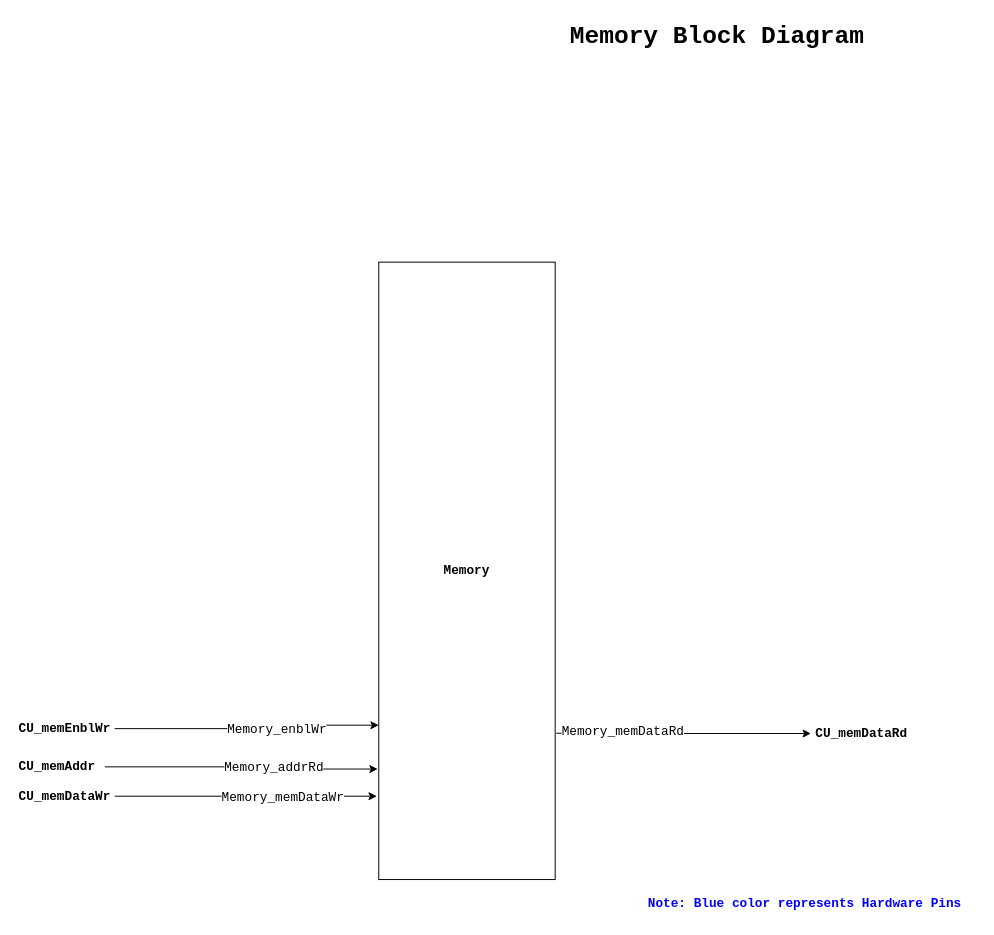
Above: page "Memory" (4 of 9) of 04_ControlUnit_v1/CPU_Design.drawio in Vichu95/Basic_CPU_FPGA (draw.io), before the change. Source tidied: cells renumbered, new cells numbered last; positions are measured from the earlier drawing's top-left corner, leaving out a move shared by most shapes. Both pictures are drawn from the tidied source at 98%, with x=0, y=0 at pixel (17, 17).
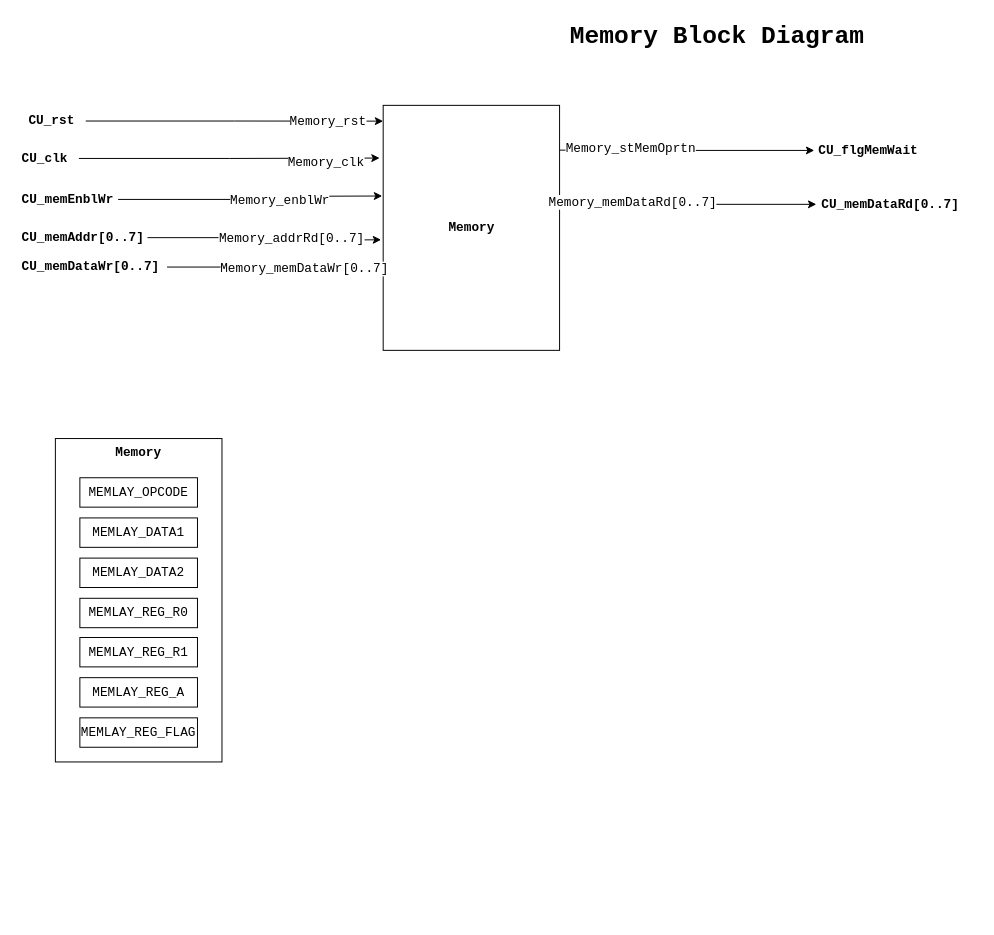
The same diagram, later.

Commit message (it also covers changes not shown here):
Added memory signals to the block diagram. 8bit address and data

Change to the diagram source:
```diff
@@
     <mxCell id="2" value="&lt;b&gt;&lt;font style=&quot;font-size: 13px;&quot;&gt;Memory&lt;/font&gt;&lt;/b&gt;" style="rounded=0;whiteSpace=wrap;html=1;fontFamily=Courier New;fontSize=11;" parent="1" vertex="1">
-      <mxGeometry x="369" y="250" width="180" height="630" as="geometry" />
+      <mxGeometry x="373.5" y="90" width="180" height="250" as="geometry" />
     </mxCell>
@@
-    <mxCell id="4" value="Note: Blue color represents Hardware Pins" style="text;html=1;align=left;verticalAlign=middle;strokeColor=none;fillColor=none;fontStyle=1;labelBackgroundColor=none;fontColor=#0000FF;fontSize=13;fontFamily=Courier New;spacingLeft=3;" parent="1" vertex="1">
-      <mxGeometry x="639" y="890" width="340" height="30" as="geometry" />
-    </mxCell>
-    <mxCell id="5" style="edgeStyle=orthogonalEdgeStyle;rounded=0;jettySize=auto;html=1;entryX=0;entryY=0.75;entryDx=0;entryDy=0;fontFamily=Courier New;fontSize=13;fontColor=#000000;startArrow=none;startFill=0;endArrow=classic;endFill=1;fixDash=1;" parent="1" edge="1" source="7" target="2">
-      <mxGeometry relative="1" as="geometry" />
+    <mxCell id="5" style="edgeStyle=orthogonalEdgeStyle;rounded=0;jettySize=auto;html=1;entryX=0;entryY=0.75;entryDx=0;entryDy=0;fontFamily=Courier New;fontSize=13;fontColor=#000000;startArrow=none;startFill=0;endArrow=classic;endFill=1;fixDash=1;" parent="1" edge="1" source="7">
+      <mxGeometry relative="1" as="geometry">
+        <mxPoint x="372.5" y="182.5" as="targetPoint" />
+      </mxGeometry>
     </mxCell>
@@
     <mxCell id="7" value="CU_memEnblWr" style="text;html=1;align=left;verticalAlign=middle;points=[];strokeColor=none;fillColor=none;fontStyle=1;labelBackgroundColor=none;fontColor=#000000;fontSize=13;fontFamily=Courier New;spacing=2;spacingRight=-13;fixDash=1;" parent="1" vertex="1">
-      <mxGeometry x="-0.5" y="711" width="100" height="30" as="geometry" />
+      <mxGeometry x="3" y="171" width="100" height="30" as="geometry" />
     </mxCell>
-    <mxCell id="8" style="edgeStyle=orthogonalEdgeStyle;rounded=0;jettySize=auto;html=1;entryX=-0.006;entryY=0.821;entryDx=0;entryDy=0;entryPerimeter=0;fontFamily=Courier New;fontSize=13;fontColor=#000000;startArrow=none;startFill=0;endArrow=classic;endFill=1;fixDash=1;" parent="1" edge="1" source="10" target="2">
-      <mxGeometry relative="1" as="geometry" />
+    <mxCell id="8" style="edgeStyle=orthogonalEdgeStyle;rounded=0;jettySize=auto;html=1;entryX=-0.006;entryY=0.821;entryDx=0;entryDy=0;entryPerimeter=0;fontFamily=Courier New;fontSize=13;fontColor=#000000;startArrow=none;startFill=0;endArrow=classic;endFill=1;fixDash=1;" parent="1" edge="1" source="10">
+      <mxGeometry relative="1" as="geometry">
+        <mxPoint x="371.4" y="227.2" as="targetPoint" />
+      </mxGeometry>
     </mxCell>
-    <mxCell id="9" value="Memory_addrRd" style="edgeLabel;html=1;align=center;verticalAlign=middle;fontFamily=Courier New;fontSize=13;" parent="8" vertex="1">
+    <mxCell id="9" value="Memory_addrRd[0..7]" style="edgeLabel;html=1;align=center;verticalAlign=middle;fontFamily=Courier New;fontSize=13;" parent="8" vertex="1">
       <mxGeometry x="0.24" y="2" relative="1" as="geometry" />
     </mxCell>
-    <mxCell id="10" value="CU_memAddr" style="text;html=1;align=left;verticalAlign=middle;points=[];strokeColor=none;fillColor=none;fontStyle=1;labelBackgroundColor=none;fontColor=#000000;fontSize=13;fontFamily=Courier New;spacing=2;spacingRight=-13;fixDash=1;" parent="1" vertex="1">
-      <mxGeometry x="-0.5" y="750" width="90" height="30" as="geometry" />
+    <mxCell id="10" value="CU_memAddr[0..7]" style="text;html=1;align=left;verticalAlign=middle;points=[];strokeColor=none;fillColor=none;fontStyle=1;labelBackgroundColor=none;fontColor=#000000;fontSize=13;fontFamily=Courier New;spacing=2;spacingRight=-13;fixDash=1;" parent="1" vertex="1">
+      <mxGeometry x="3" y="210" width="130" height="30" as="geometry" />
     </mxCell>
-    <mxCell id="11" style="edgeStyle=orthogonalEdgeStyle;rounded=0;jettySize=auto;html=1;entryX=-0.011;entryY=0.865;entryDx=0;entryDy=0;entryPerimeter=0;fontFamily=Courier New;fontSize=13;" parent="1" edge="1" source="13" target="2">
-      <mxGeometry relative="1" as="geometry" />
+    <mxCell id="11" style="edgeStyle=orthogonalEdgeStyle;rounded=0;jettySize=auto;html=1;entryX=-0.011;entryY=0.865;entryDx=0;entryDy=0;entryPerimeter=0;fontFamily=Courier New;fontSize=13;" parent="1" edge="1" source="13">
+      <mxGeometry relative="1" as="geometry">
+        <mxPoint x="370.5" y="255" as="targetPoint" />
+      </mxGeometry>
     </mxCell>
-    <mxCell id="12" value="Memory_memDataWr" style="edgeLabel;html=1;align=center;verticalAlign=middle;fontSize=13;fontFamily=Courier New;" parent="11" vertex="1">
+    <mxCell id="12" value="Memory_memDataWr[0..7]" style="edgeLabel;html=1;align=center;verticalAlign=middle;fontSize=13;fontFamily=Courier New;" parent="11" vertex="1">
       <mxGeometry x="0.28" y="-1" relative="1" as="geometry" />
     </mxCell>
-    <mxCell id="13" value="CU_memDataWr" style="text;html=1;align=left;verticalAlign=middle;points=[];strokeColor=none;fillColor=none;fontStyle=1;labelBackgroundColor=none;fontColor=#000000;fontSize=13;fontFamily=Courier New;spacing=2;spacingRight=-13;fixDash=1;" parent="1" vertex="1">
-      <mxGeometry x="-0.5" y="780" width="100" height="30" as="geometry" />
+    <mxCell id="13" value="CU_memDataWr[0..7]" style="text;html=1;align=left;verticalAlign=middle;points=[];strokeColor=none;fillColor=none;fontStyle=1;labelBackgroundColor=none;fontColor=#000000;fontSize=13;fontFamily=Courier New;spacing=2;spacingRight=-13;fixDash=1;" parent="1" vertex="1">
+      <mxGeometry x="3" y="240" width="150" height="30" as="geometry" />
     </mxCell>
-    <mxCell id="14" style="edgeStyle=orthogonalEdgeStyle;rounded=0;jettySize=auto;html=1;entryX=1.006;entryY=0.763;entryDx=0;entryDy=0;entryPerimeter=0;fontFamily=Courier New;fontSize=13;startArrow=classic;startFill=1;endArrow=none;endFill=0;" parent="1" edge="1" source="16" target="2">
-      <mxGeometry relative="1" as="geometry" />
+    <mxCell id="14" style="edgeStyle=orthogonalEdgeStyle;rounded=0;jettySize=auto;html=1;entryX=1.006;entryY=0.763;entryDx=0;entryDy=0;entryPerimeter=0;fontFamily=Courier New;fontSize=13;startArrow=classic;startFill=1;endArrow=none;endFill=0;" parent="1" edge="1" source="16">
+      <mxGeometry relative="1" as="geometry">
+        <mxPoint x="555.6" y="190.7" as="targetPoint" />
+      </mxGeometry>
     </mxCell>
-    <mxCell id="15" value="Memory_memDataRd" style="edgeLabel;html=1;align=center;verticalAlign=middle;fontSize=13;fontFamily=Courier New;" parent="14" vertex="1">
+    <mxCell id="15" value="Memory_memDataRd[0..7]" style="edgeLabel;html=1;align=center;verticalAlign=middle;fontSize=13;fontFamily=Courier New;" parent="14" vertex="1">
       <mxGeometry x="0.65" y="-2" relative="1" as="geometry">
-        <mxPoint x="22" as="offset" />
+        <mxPoint x="27" as="offset" />
       </mxGeometry>
     </mxCell>
-    <mxCell id="16" value="CU_memDataRd" style="text;html=1;align=left;verticalAlign=middle;points=[];strokeColor=none;fillColor=none;fontStyle=1;labelBackgroundColor=none;fontColor=#000000;fontSize=13;fontFamily=Courier New;spacingLeft=3;fixDash=1;" parent="1" vertex="1">
-      <mxGeometry x="810" y="716" width="120" height="30" as="geometry" />
+    <mxCell id="16" value="CU_memDataRd[0..7]" style="text;html=1;align=left;verticalAlign=middle;points=[];strokeColor=none;fillColor=none;fontStyle=1;labelBackgroundColor=none;fontColor=#000000;fontSize=13;fontFamily=Courier New;spacingLeft=3;fixDash=1;" parent="1" vertex="1">
+      <mxGeometry x="815.5" y="176" width="160" height="30" as="geometry" />
     </mxCell>
+    <mxCell id="17" style="edgeStyle=orthogonalEdgeStyle;rounded=0;jettySize=auto;html=1;fontFamily=Courier New;fontSize=13;fontColor=#0000FF;entryX=0.007;entryY=0.019;entryDx=0;entryDy=0;entryPerimeter=0;" parent="1" edge="1" source="19">
+      <mxGeometry relative="1" as="geometry">
+        <mxPoint x="373.5" y="106.1" as="targetPoint" />
+      </mxGeometry>
+    </mxCell>
+    <mxCell id="18" value="Memory_rst" style="edgeLabel;html=1;align=center;verticalAlign=middle;fontSize=13;fontFamily=Courier New;fontColor=#000000;" parent="17" vertex="1">
+      <mxGeometry x="0.68" relative="1" as="geometry">
+        <mxPoint x="-8" as="offset" />
+      </mxGeometry>
+    </mxCell>
+    <mxCell id="19" value="CU_rst" style="text;html=1;align=left;verticalAlign=middle;points=[];strokeColor=none;fillColor=none;fontStyle=1;labelBackgroundColor=none;fontColor=#000000;fontSize=13;fontFamily=Courier New;spacing=2;spacingRight=-13;" parent="1" vertex="1">
+      <mxGeometry x="10" y="91" width="60" height="30" as="geometry" />
+    </mxCell>
+    <mxCell id="20" style="edgeStyle=orthogonalEdgeStyle;rounded=0;jettySize=auto;html=1;entryX=-0.013;entryY=0.079;entryDx=0;entryDy=0;entryPerimeter=0;fontFamily=Courier New;fontSize=13;fontColor=#000000;" parent="1" edge="1" source="22">
+      <mxGeometry relative="1" as="geometry">
+        <mxPoint x="369.9" y="143.8" as="targetPoint" />
+      </mxGeometry>
+    </mxCell>
+    <mxCell id="21" value="Memory_clk" style="edgeLabel;html=1;align=center;verticalAlign=middle;fontSize=13;fontFamily=Courier New;fontColor=#000000;" parent="20" vertex="1">
+      <mxGeometry x="0.67" y="-4" relative="1" as="geometry">
+        <mxPoint x="-4" as="offset" />
+      </mxGeometry>
+    </mxCell>
+    <mxCell id="22" value="CU_clk" style="text;html=1;align=left;verticalAlign=middle;points=[];strokeColor=none;fillColor=none;fontStyle=1;labelBackgroundColor=none;fontColor=#000000;fontSize=13;fontFamily=Courier New;spacing=2;spacingRight=-13;" parent="1" vertex="1">
+      <mxGeometry x="3" y="129.2" width="60" height="30" as="geometry" />
+    </mxCell>
+    <mxCell id="23" style="edgeStyle=orthogonalEdgeStyle;rounded=0;jettySize=auto;html=1;entryX=1.006;entryY=0.763;entryDx=0;entryDy=0;entryPerimeter=0;fontFamily=Courier New;fontSize=13;startArrow=classic;startFill=1;endArrow=none;endFill=0;" parent="1" edge="1" source="25">
+      <mxGeometry relative="1" as="geometry">
+        <mxPoint x="553.5" y="135.7" as="targetPoint" />
+      </mxGeometry>
+    </mxCell>
+    <mxCell id="24" value="Memory_stMemOprtn" style="edgeLabel;html=1;align=center;verticalAlign=middle;fontSize=13;fontFamily=Courier New;" parent="23" vertex="1">
+      <mxGeometry x="0.65" y="-2" relative="1" as="geometry">
+        <mxPoint x="27" as="offset" />
+      </mxGeometry>
+    </mxCell>
+    <mxCell id="25" value="CU_flgMemWait" style="text;html=1;align=left;verticalAlign=middle;points=[];strokeColor=none;fillColor=none;fontStyle=1;labelBackgroundColor=none;fontColor=#000000;fontSize=13;fontFamily=Courier New;spacingLeft=3;fixDash=1;" parent="1" vertex="1">
+      <mxGeometry x="813.4" y="121" width="130" height="30" as="geometry" />
+    </mxCell>
+    <mxCell id="26" style="group;" parent="1" vertex="1">
+      <mxGeometry x="39" y="430" width="170" height="330" as="geometry" />
+    </mxCell>
+    <mxCell id="27" value="Memory" style="rounded=0;whiteSpace=wrap;html=1;labelBackgroundColor=none;fontFamily=Courier New;fontSize=13;fontColor=#000000;fontStyle=1;verticalAlign=top;" parent="26" vertex="1">
+      <mxGeometry width="170" height="330" as="geometry" />
+    </mxCell>
+    <mxCell id="28" value="MEMLAY_OPCODE" style="rounded=0;whiteSpace=wrap;html=1;labelBackgroundColor=none;fontFamily=Courier New;fontSize=13;fontColor=#000000;" parent="26" vertex="1">
+      <mxGeometry x="25" y="40" width="120" height="30" as="geometry" />
+    </mxCell>
+    <mxCell id="29" value="MEMLAY_DATA1" style="rounded=0;whiteSpace=wrap;html=1;labelBackgroundColor=none;fontFamily=Courier New;fontSize=13;fontColor=#000000;" parent="26" vertex="1">
+      <mxGeometry x="25" y="81" width="120" height="30" as="geometry" />
+    </mxCell>
+    <mxCell id="30" value="MEMLAY_DATA2" style="rounded=0;whiteSpace=wrap;html=1;labelBackgroundColor=none;fontFamily=Courier New;fontSize=13;fontColor=#000000;" parent="26" vertex="1">
+      <mxGeometry x="25" y="122" width="120" height="30" as="geometry" />
+    </mxCell>
+    <mxCell id="31" value="MEMLAY_REG_R0" style="rounded=0;whiteSpace=wrap;html=1;labelBackgroundColor=none;fontFamily=Courier New;fontSize=13;fontColor=#000000;" parent="26" vertex="1">
+      <mxGeometry x="25" y="163" width="120" height="30" as="geometry" />
+    </mxCell>
+    <mxCell id="32" value="MEMLAY_REG_R1" style="rounded=0;whiteSpace=wrap;html=1;labelBackgroundColor=none;fontFamily=Courier New;fontSize=13;fontColor=#000000;" parent="26" vertex="1">
+      <mxGeometry x="25" y="203" width="120" height="30" as="geometry" />
+    </mxCell>
+    <mxCell id="33" value="MEMLAY_REG_A" style="rounded=0;whiteSpace=wrap;html=1;labelBackgroundColor=none;fontFamily=Courier New;fontSize=13;fontColor=#000000;" parent="26" vertex="1">
+      <mxGeometry x="25" y="244" width="120" height="30" as="geometry" />
+    </mxCell>
+    <mxCell id="34" value="MEMLAY_REG_FLAG" style="rounded=0;whiteSpace=wrap;html=1;labelBackgroundColor=none;fontFamily=Courier New;fontSize=13;fontColor=#000000;" parent="26" vertex="1">
+      <mxGeometry x="25" y="285" width="120" height="30" as="geometry" />
+    </mxCell>
```
